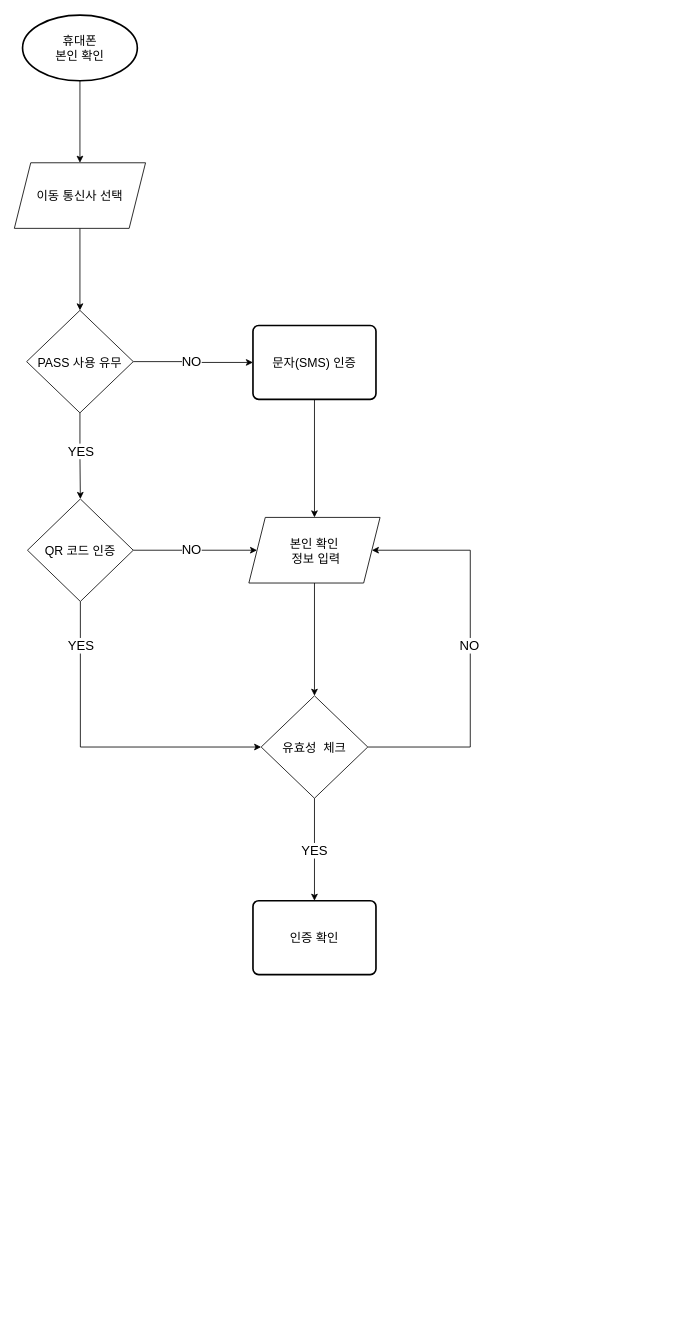
Above: 제목 없는 다이어그램.drawio in dedel009/codeTest (draw.io), before the change. Source tidied: cells renumbered, new cells numbered last; positions are measured from the earlier drawing's top-left corner, leaving out a move shared by most shapes. Both pictures are drawn from the tidied source at 82%, with x=0, y=0 at pixel (14, 15).
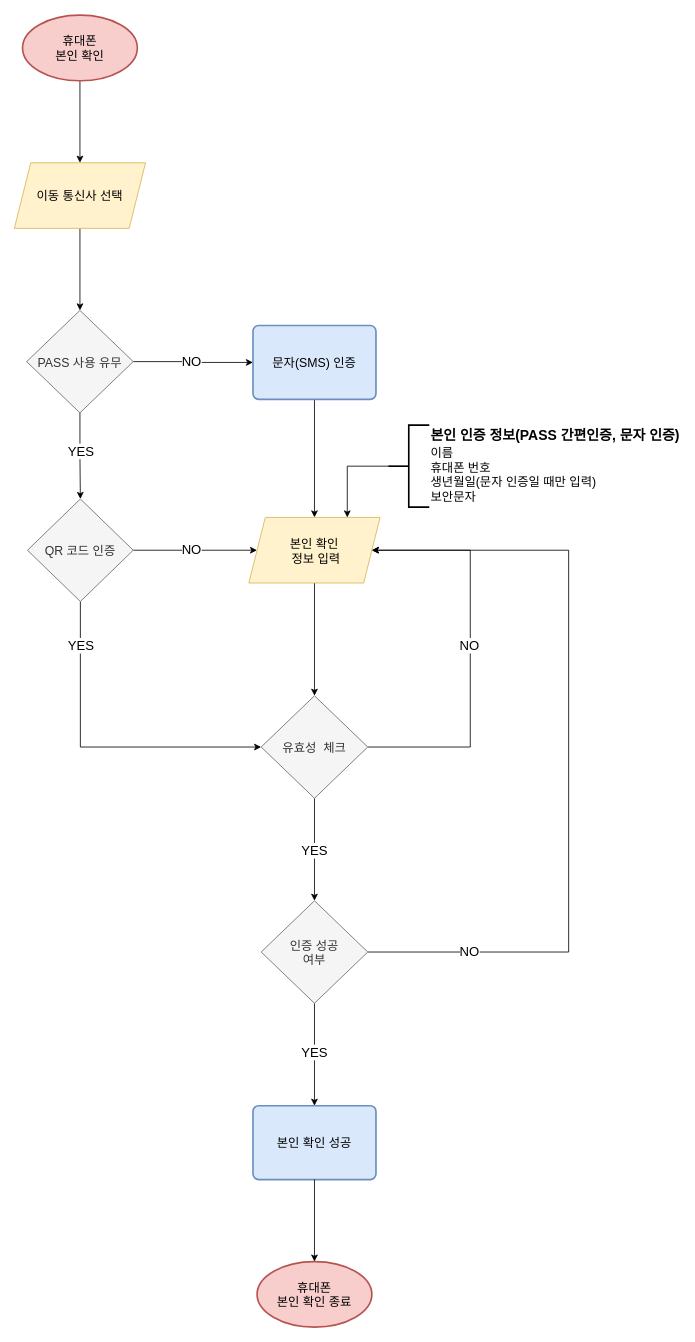
The same diagram, later.

Commit message (it also covers changes not shown here):
제목 없는 다이어그램.drawio 업데이트

What changed in the source:
```diff
@@
-    <mxCell id="3" value="&lt;div&gt;&lt;font style=&quot;font-size: 15px;&quot;&gt;휴대폰&lt;/font&gt;&lt;/div&gt;&lt;font style=&quot;font-size: 15px;&quot;&gt;본인 확인&lt;/font&gt;" style="strokeWidth=2;html=1;shape=mxgraph.flowchart.start_1;whiteSpace=wrap;" parent="1" vertex="1">
+    <mxCell id="3" value="&lt;div&gt;&lt;font style=&quot;font-size: 15px;&quot;&gt;휴대폰&lt;/font&gt;&lt;/div&gt;&lt;font style=&quot;font-size: 15px;&quot;&gt;본인 확인&lt;/font&gt;" style="strokeWidth=2;html=1;shape=mxgraph.flowchart.start_1;whiteSpace=wrap;fillColor=#f8cecc;strokeColor=#b85450;" parent="1" vertex="1">
       <mxGeometry x="10" width="140" height="80" as="geometry" />
     </mxCell>
@@
-    <mxCell id="6" value="&lt;font style=&quot;font-size: 15px;&quot;&gt;PASS 사용 유무&lt;/font&gt;" style="rhombus;whiteSpace=wrap;html=1;" parent="1" vertex="1">
+    <mxCell id="6" value="&lt;font style=&quot;font-size: 15px;&quot;&gt;PASS 사용 유무&lt;/font&gt;" style="rhombus;whiteSpace=wrap;html=1;fillColor=#f5f5f5;fontColor=#333333;strokeColor=#666666;" parent="1" vertex="1">
       <mxGeometry x="15" y="360" width="130" height="125" as="geometry" />
     </mxCell>
@@
-    <mxCell id="8" value="&lt;span style=&quot;font-size: 15px;&quot;&gt;이동 통신사 선택&lt;/span&gt;" style="shape=parallelogram;perimeter=parallelogramPerimeter;whiteSpace=wrap;html=1;fixedSize=1;" parent="1" vertex="1">
+    <mxCell id="8" value="&lt;span style=&quot;font-size: 15px;&quot;&gt;이동 통신사 선택&lt;/span&gt;" style="shape=parallelogram;perimeter=parallelogramPerimeter;whiteSpace=wrap;html=1;fixedSize=1;fillColor=#fff2cc;strokeColor=#d6b656;" parent="1" vertex="1">
       <mxGeometry y="180" width="160" height="80" as="geometry" />
     </mxCell>
@@
-    <mxCell id="12" value="&lt;span style=&quot;font-size: 15px;&quot;&gt;QR 코드 인증&lt;/span&gt;" style="rhombus;whiteSpace=wrap;html=1;" parent="1" vertex="1">
+    <mxCell id="12" value="&lt;span style=&quot;font-size: 15px;&quot;&gt;QR 코드 인증&lt;/span&gt;" style="rhombus;whiteSpace=wrap;html=1;fillColor=#f5f5f5;fontColor=#333333;strokeColor=#666666;" parent="1" vertex="1">
       <mxGeometry x="16" y="590" width="129" height="125" as="geometry" />
     </mxCell>
@@
-    <mxCell id="16" value="&lt;font style=&quot;font-size: 15px;&quot;&gt;문자(SMS) 인증&lt;/font&gt;" style="rounded=1;whiteSpace=wrap;html=1;absoluteArcSize=1;arcSize=14;strokeWidth=2;" parent="1" vertex="1">
+    <mxCell id="16" value="&lt;font style=&quot;font-size: 15px;&quot;&gt;문자(SMS) 인증&lt;/font&gt;" style="rounded=1;whiteSpace=wrap;html=1;absoluteArcSize=1;arcSize=14;strokeWidth=2;fillColor=#dae8fc;strokeColor=#6c8ebf;" parent="1" vertex="1">
       <mxGeometry x="291" y="378.5" width="150" height="90" as="geometry" />
     </mxCell>
@@
-    <mxCell id="18" value="&lt;font style=&quot;font-size: 15px;&quot;&gt;본인 확인&lt;/font&gt;&lt;div&gt;&lt;font style=&quot;font-size: 15px;&quot;&gt;&amp;nbsp;정보 입력&lt;/font&gt;&lt;/div&gt;" style="shape=parallelogram;perimeter=parallelogramPerimeter;whiteSpace=wrap;html=1;fixedSize=1;" parent="1" vertex="1">
+    <mxCell id="18" value="&lt;font style=&quot;font-size: 15px;&quot;&gt;본인 확인&lt;/font&gt;&lt;div&gt;&lt;font style=&quot;font-size: 15px;&quot;&gt;&amp;nbsp;정보 입력&lt;/font&gt;&lt;/div&gt;" style="shape=parallelogram;perimeter=parallelogramPerimeter;whiteSpace=wrap;html=1;fixedSize=1;fillColor=#fff2cc;strokeColor=#d6b656;" parent="1" vertex="1">
       <mxGeometry x="286" y="612.5" width="160" height="80" as="geometry" />
     </mxCell>
@@
-    <mxCell id="21" value="&lt;span style=&quot;font-size: 15px;&quot;&gt;유효성&amp;nbsp; 체크&lt;/span&gt;" style="rhombus;whiteSpace=wrap;html=1;" parent="1" vertex="1">
+    <mxCell id="21" value="&lt;span style=&quot;font-size: 15px;&quot;&gt;유효성&amp;nbsp; 체크&lt;/span&gt;" style="rhombus;whiteSpace=wrap;html=1;fillColor=#f5f5f5;fontColor=#333333;strokeColor=#666666;" parent="1" vertex="1">
       <mxGeometry x="301" y="830" width="130" height="125" as="geometry" />
     </mxCell>
@@
-    <mxCell id="25" value="&lt;span style=&quot;font-size: 15px;&quot;&gt;인증 확인&lt;/span&gt;" style="rounded=1;whiteSpace=wrap;html=1;absoluteArcSize=1;arcSize=14;strokeWidth=2;" parent="1" vertex="1">
-      <mxGeometry x="291" y="1080" width="150" height="90" as="geometry" />
-    </mxCell>
+    <mxCell id="26" style="edgeStyle=orthogonalEdgeStyle;rounded=0;jettySize=auto;html=1;entryX=1;entryY=0.5;entryDx=0;entryDy=0;" parent="1" edge="1" source="28" target="18">
+      <mxGeometry relative="1" as="geometry">
+        <Array as="points">
+          <mxPoint x="676" y="1142" />
+          <mxPoint x="676" y="652" />
+        </Array>
+      </mxGeometry>
+    </mxCell>
+    <mxCell id="27" style="edgeStyle=orthogonalEdgeStyle;rounded=0;jettySize=auto;html=1;" parent="1" edge="1" source="28">
+      <mxGeometry relative="1" as="geometry">
+        <mxPoint x="366" y="1330" as="targetPoint" />
+      </mxGeometry>
+    </mxCell>
+    <mxCell id="28" value="&lt;span style=&quot;font-size: 15px;&quot;&gt;인증 성공&lt;/span&gt;&lt;div&gt;&lt;span style=&quot;font-size: 15px;&quot;&gt;여부&lt;/span&gt;&lt;/div&gt;" style="rhombus;whiteSpace=wrap;html=1;fillColor=#f5f5f5;fontColor=#333333;strokeColor=#666666;" parent="1" vertex="1">
+      <mxGeometry x="301" y="1080" width="130" height="125" as="geometry" />
+    </mxCell>
+    <mxCell id="29" value="NO" style="edgeLabel;html=1;align=center;verticalAlign=middle;fontSize=16;" parent="1" vertex="1">
+      <mxGeometry x="600" y="1033" as="geometry">
+        <mxPoint x="-46" y="108" as="offset" />
+      </mxGeometry>
+    </mxCell>
+    <mxCell id="30" value="YES" style="edgeLabel;html=1;align=center;verticalAlign=middle;fontSize=16;" parent="1" vertex="1">
+      <mxGeometry x="411" y="1156" as="geometry">
+        <mxPoint x="-46" y="108" as="offset" />
+      </mxGeometry>
+    </mxCell>
+    <mxCell id="31" value="&lt;span style=&quot;font-size: 15px;&quot;&gt;본인 확인 성공&lt;/span&gt;" style="rounded=1;whiteSpace=wrap;html=1;absoluteArcSize=1;arcSize=14;strokeWidth=2;fillColor=#dae8fc;strokeColor=#6c8ebf;" parent="1" vertex="1">
+      <mxGeometry x="291" y="1330" width="150" height="90" as="geometry" />
+    </mxCell>
+    <mxCell id="32" value="&lt;div&gt;&lt;span style=&quot;font-size: 15px;&quot;&gt;휴대폰&lt;/span&gt;&lt;/div&gt;&lt;span style=&quot;font-size: 15px;&quot;&gt;본인 확인 종료&lt;/span&gt;" style="strokeWidth=2;html=1;shape=mxgraph.flowchart.start_1;whiteSpace=wrap;fillColor=#f8cecc;strokeColor=#b85450;" parent="1" vertex="1">
+      <mxGeometry x="296" y="1520" width="140" height="80" as="geometry" />
+    </mxCell>
+    <mxCell id="33" style="edgeStyle=orthogonalEdgeStyle;rounded=0;jettySize=auto;html=1;entryX=0.5;entryY=0;entryDx=0;entryDy=0;entryPerimeter=0;" parent="1" edge="1" source="31" target="32">
+      <mxGeometry relative="1" as="geometry" />
+    </mxCell>
+    <mxCell id="34" style="edgeStyle=orthogonalEdgeStyle;rounded=0;jettySize=auto;html=1;entryX=0.75;entryY=0;entryDx=0;entryDy=0;" parent="1" edge="1" source="35" target="18">
+      <mxGeometry relative="1" as="geometry" />
+    </mxCell>
+    <mxCell id="35" value="&lt;b style=&quot;&quot;&gt;&lt;font style=&quot;font-size: 17px;&quot;&gt;본인 인증 정보(PASS 간편인증, 문자 인증)&lt;/font&gt;&lt;/b&gt;&lt;div&gt;&lt;span style=&quot;font-size: 15px;&quot;&gt;이름&lt;/span&gt;&lt;/div&gt;&lt;div&gt;&lt;span style=&quot;font-size: 15px;&quot;&gt;휴대폰 번호&lt;/span&gt;&lt;/div&gt;&lt;div&gt;&lt;span style=&quot;font-size: 15px;&quot;&gt;생년월일(문자 인증일 때만 입력)&lt;br&gt;&lt;/span&gt;&lt;div&gt;&lt;span style=&quot;font-size: 15px;&quot;&gt;보안문자&lt;/span&gt;&lt;/div&gt;&lt;/div&gt;" style="strokeWidth=2;html=1;shape=mxgraph.flowchart.annotation_2;align=left;labelPosition=right;" parent="1" vertex="1">
+      <mxGeometry x="456" y="500" width="50" height="100" as="geometry" />
+    </mxCell>
```
